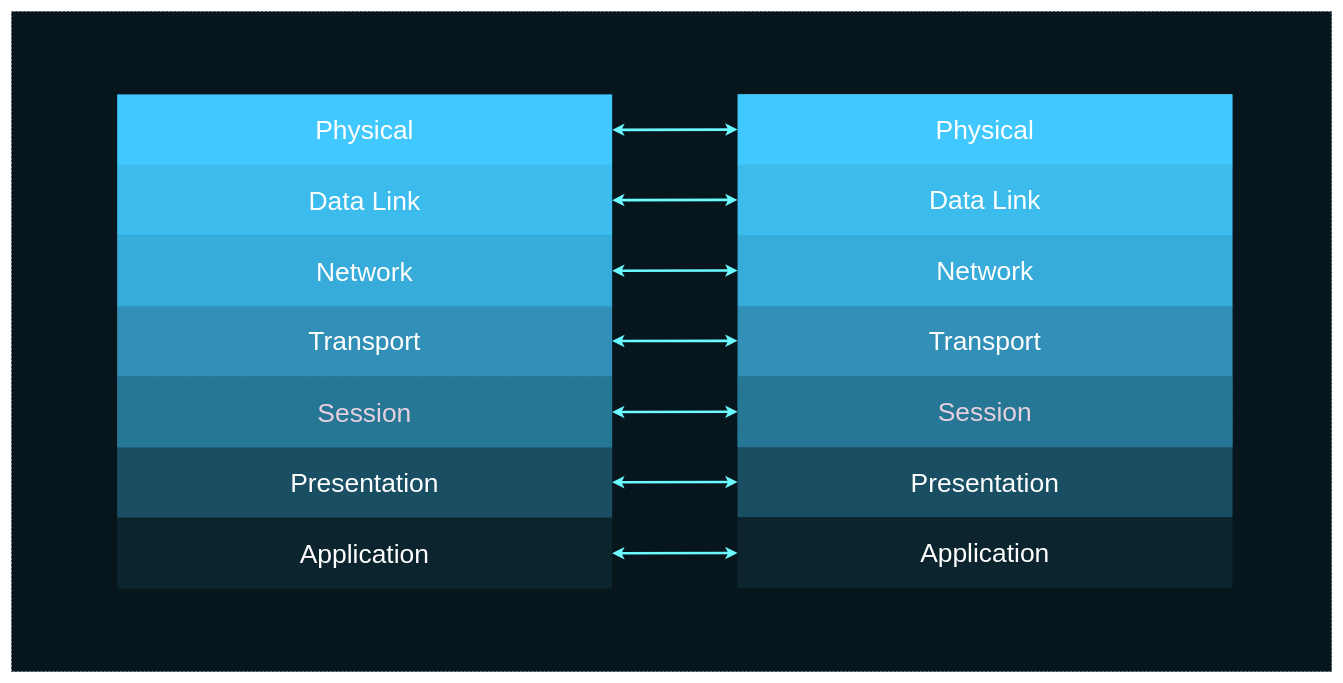
Before: deck/ru/diagrams/caOSI1.drawio in AlexanderLapygin/ca-react-rest-api-starter, a draw.io diagram. Source tidied: cells renumbered, new cells numbered last; positions are measured from the earlier drawing's top-left corner, leaving out a move shared by most shapes. Both pictures are drawn from the tidied source at 66%, with x=0, y=0 at pixel (11, 11).
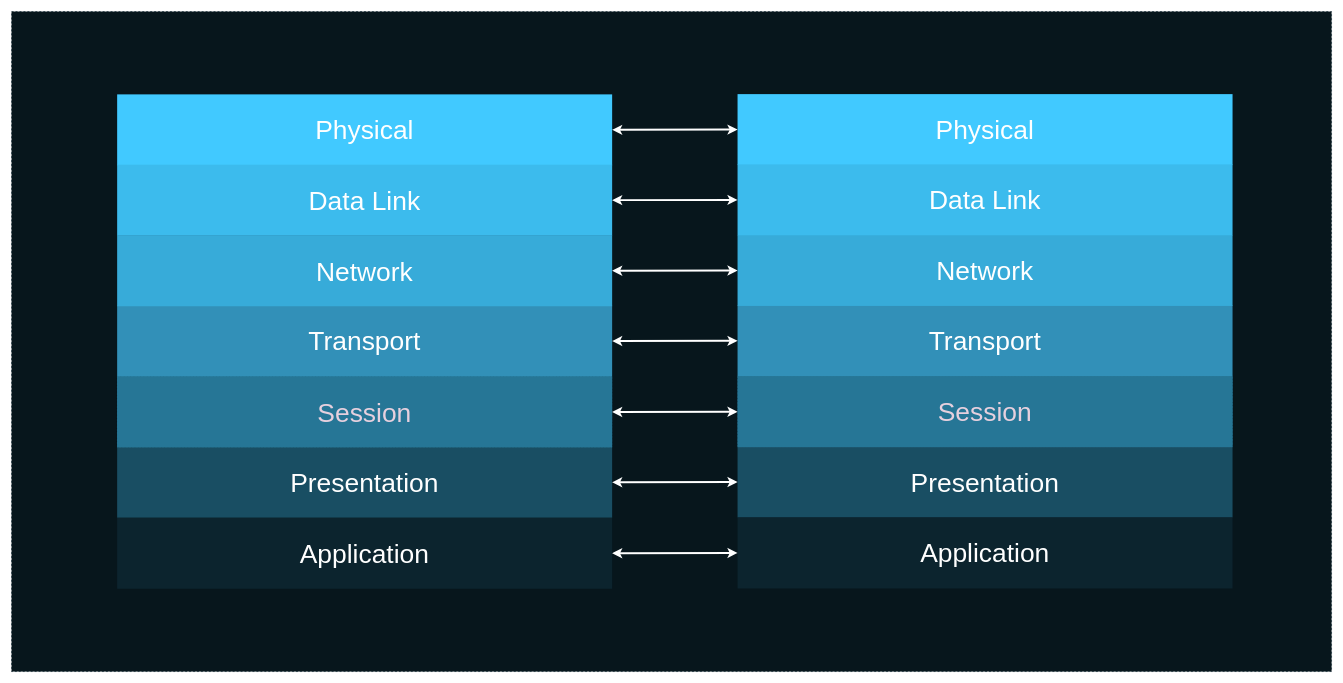
Above is the later version.

Unchanged cells that the change refers to:
```xml
<mxCell id="5" value="Presentation" style="rounded=0;whiteSpace=wrap;html=1;dashed=1;dashPattern=1 4;labelBackgroundColor=none;fillColor=#194E63;fontSize=40;fontColor=#FFFFFF;strokeColor=none;" parent="4" vertex="1">
  <mxGeometry y="534" width="750" height="107.5" as="geometry" />
</mxCell>
<mxCell id="7" value="&lt;font color=&quot;#ffffff&quot;&gt;Transport&lt;/font&gt;" style="rounded=0;whiteSpace=wrap;html=1;dashed=1;dashPattern=1 4;labelBackgroundColor=none;fillColor=#3290B8;fontSize=40;fontColor=#0C242E;strokeColor=none;" parent="4" vertex="1">
  <mxGeometry y="320" width="750" height="107.5" as="geometry" />
</mxCell>
<mxCell id="8" value="&lt;font color=&quot;#ffffff&quot;&gt;Network&lt;/font&gt;" style="rounded=0;whiteSpace=wrap;html=1;dashed=1;dashPattern=1 4;labelBackgroundColor=none;fillColor=#37ABD9;fontSize=40;fontColor=#0C242E;strokeColor=none;" parent="4" vertex="1">
  <mxGeometry y="213.5" width="750" height="107.5" as="geometry" />
</mxCell>
<mxCell id="9" value="Session" style="rounded=0;whiteSpace=wrap;html=1;dashed=1;dashPattern=1 4;labelBackgroundColor=none;fillColor=#267696;fontSize=40;fontColor=#E6D0DE;strokeColor=none;" parent="4" vertex="1">
  <mxGeometry y="427.5" width="750" height="107.5" as="geometry" />
</mxCell>
<mxCell id="10" value="Application" style="rounded=0;whiteSpace=wrap;html=1;dashed=1;dashPattern=1 4;labelBackgroundColor=none;fillColor=#0C242E;fontSize=40;fontColor=#FFFFFF;strokeColor=none;" parent="4" vertex="1">
  <mxGeometry y="641.5" width="750" height="107.5" as="geometry" />
</mxCell>
<mxCell id="11" value="Physical" style="rounded=0;whiteSpace=wrap;html=1;dashed=1;dashPattern=1 4;labelBackgroundColor=none;fillColor=#41C9FF;fontSize=40;fontColor=#FFFFFF;strokeColor=none;fontStyle=0;" parent="4" vertex="1">
  <mxGeometry width="750" height="107.5" as="geometry" />
</mxCell>
<mxCell id="12" value="&lt;font color=&quot;#ffffff&quot;&gt;Data Link&lt;/font&gt;" style="rounded=0;whiteSpace=wrap;html=1;dashed=1;dashPattern=1 4;labelBackgroundColor=none;fillColor=#3CBBED;fontSize=40;fontColor=#0C242E;strokeColor=none;" parent="4" vertex="1">
  <mxGeometry y="106.5" width="750" height="107.5" as="geometry" />
</mxCell>
<mxCell id="15" value="Presentation" style="rounded=0;whiteSpace=wrap;html=1;dashed=1;dashPattern=1 4;labelBackgroundColor=none;fillColor=#194E63;fontSize=40;fontColor=#FFFFFF;strokeColor=none;" parent="14" vertex="1">
  <mxGeometry y="534" width="750" height="107.5" as="geometry" />
</mxCell>
<mxCell id="17" value="&lt;font color=&quot;#ffffff&quot;&gt;Transport&lt;/font&gt;" style="rounded=0;whiteSpace=wrap;html=1;dashed=1;dashPattern=1 4;labelBackgroundColor=none;fillColor=#3290B8;fontSize=40;fontColor=#0C242E;strokeColor=none;" parent="14" vertex="1">
  <mxGeometry y="320" width="750" height="107.5" as="geometry" />
</mxCell>
<mxCell id="18" value="&lt;font color=&quot;#ffffff&quot;&gt;Network&lt;/font&gt;" style="rounded=0;whiteSpace=wrap;html=1;dashed=1;dashPattern=1 4;labelBackgroundColor=none;fillColor=#37ABD9;fontSize=40;fontColor=#0C242E;strokeColor=none;" parent="14" vertex="1">
  <mxGeometry y="213.5" width="750" height="107.5" as="geometry" />
</mxCell>
<mxCell id="19" value="Session" style="rounded=0;whiteSpace=wrap;html=1;dashed=1;dashPattern=1 4;labelBackgroundColor=none;fillColor=#267696;fontSize=40;fontColor=#E6D0DE;strokeColor=none;" parent="14" vertex="1">
  <mxGeometry y="427.5" width="750" height="107.5" as="geometry" />
</mxCell>
<mxCell id="20" value="Application" style="rounded=0;whiteSpace=wrap;html=1;dashed=1;dashPattern=1 4;labelBackgroundColor=none;fillColor=#0C242E;fontSize=40;fontColor=#FFFFFF;strokeColor=none;" parent="14" vertex="1">
  <mxGeometry y="641.5" width="750" height="107.5" as="geometry" />
</mxCell>
<mxCell id="21" value="Physical" style="rounded=0;whiteSpace=wrap;html=1;dashed=1;dashPattern=1 4;labelBackgroundColor=none;fillColor=#41C9FF;fontSize=40;fontColor=#FFFFFF;strokeColor=none;fontStyle=0;" parent="14" vertex="1">
  <mxGeometry width="750" height="107.5" as="geometry" />
</mxCell>
<mxCell id="22" value="&lt;font color=&quot;#ffffff&quot;&gt;Data Link&lt;/font&gt;" style="rounded=0;whiteSpace=wrap;html=1;dashed=1;dashPattern=1 4;labelBackgroundColor=none;fillColor=#3CBBED;fontSize=40;fontColor=#0C242E;strokeColor=none;" parent="14" vertex="1">
  <mxGeometry y="106.5" width="750" height="107.5" as="geometry" />
</mxCell>
```

Diff of the diagram source:
```diff
@@
-    <mxCell id="23" style="endArrow=classic;startArrow=classic;html=1;strokeColor=#6BFAFF;strokeWidth=4;fontSize=40;fontColor=#FFFFFF;entryX=0;entryY=0.5;entryDx=0;entryDy=0;exitX=1;exitY=0.5;exitDx=0;exitDy=0;rounded=0;" parent="1" edge="1" source="10" target="20">
+    <mxCell id="23" style="endArrow=classic;startArrow=classic;html=1;strokeColor=#FFFFFF;strokeWidth=3;fontSize=40;fontColor=#FFFFFF;entryX=0;entryY=0.5;entryDx=0;entryDy=0;exitX=1;exitY=0.5;exitDx=0;exitDy=0;rounded=0;" parent="1" edge="1" source="10" target="20">
       <mxGeometry relative="1" as="geometry" />
     </mxCell>
-    <mxCell id="24" style="endArrow=classic;startArrow=classic;html=1;strokeColor=#6BFAFF;strokeWidth=4;fontSize=40;fontColor=#FFFFFF;entryX=0;entryY=0.5;entryDx=0;entryDy=0;exitX=1;exitY=0.5;exitDx=0;exitDy=0;rounded=0;" parent="1" edge="1" source="5" target="15">
+    <mxCell id="24" style="endArrow=classic;startArrow=classic;html=1;strokeColor=#FFFFFF;strokeWidth=3;fontSize=40;fontColor=#FFFFFF;entryX=0;entryY=0.5;entryDx=0;entryDy=0;exitX=1;exitY=0.5;exitDx=0;exitDy=0;rounded=0;" parent="1" edge="1" source="5" target="15">
       <mxGeometry relative="1" as="geometry" />
     </mxCell>
-    <mxCell id="25" style="endArrow=classic;startArrow=classic;html=1;strokeColor=#6BFAFF;strokeWidth=4;fontSize=40;fontColor=#FFFFFF;entryX=0;entryY=0.5;entryDx=0;entryDy=0;exitX=1;exitY=0.5;exitDx=0;exitDy=0;rounded=0;" parent="1" edge="1" source="9" target="19">
+    <mxCell id="25" style="endArrow=classic;startArrow=classic;html=1;strokeColor=#FFFFFF;strokeWidth=3;fontSize=40;fontColor=#FFFFFF;entryX=0;entryY=0.5;entryDx=0;entryDy=0;exitX=1;exitY=0.5;exitDx=0;exitDy=0;rounded=0;" parent="1" edge="1" source="9" target="19">
       <mxGeometry relative="1" as="geometry" />
     </mxCell>
-    <mxCell id="26" style="endArrow=classic;startArrow=classic;html=1;strokeColor=#6BFAFF;strokeWidth=4;fontSize=40;fontColor=#FFFFFF;entryX=0;entryY=0.5;entryDx=0;entryDy=0;exitX=1;exitY=0.5;exitDx=0;exitDy=0;rounded=0;" parent="1" edge="1" source="7" target="17">
+    <mxCell id="26" style="endArrow=classic;startArrow=classic;html=1;strokeColor=#FFFFFF;strokeWidth=3;fontSize=40;fontColor=#FFFFFF;entryX=0;entryY=0.5;entryDx=0;entryDy=0;exitX=1;exitY=0.5;exitDx=0;exitDy=0;rounded=0;" parent="1" edge="1" source="7" target="17">
       <mxGeometry relative="1" as="geometry" />
     </mxCell>
-    <mxCell id="27" style="endArrow=classic;startArrow=classic;html=1;strokeColor=#6BFAFF;strokeWidth=4;fontSize=40;fontColor=#FFFFFF;entryX=0;entryY=0.5;entryDx=0;entryDy=0;exitX=1;exitY=0.5;exitDx=0;exitDy=0;rounded=0;" parent="1" edge="1" source="8" target="18">
+    <mxCell id="27" style="endArrow=classic;startArrow=classic;html=1;strokeColor=#FFFFFF;strokeWidth=3;fontSize=40;fontColor=#FFFFFF;entryX=0;entryY=0.5;entryDx=0;entryDy=0;exitX=1;exitY=0.5;exitDx=0;exitDy=0;rounded=0;" parent="1" edge="1" source="8" target="18">
       <mxGeometry relative="1" as="geometry" />
     </mxCell>
-    <mxCell id="28" style="endArrow=classic;startArrow=classic;html=1;strokeColor=#6BFAFF;strokeWidth=4;fontSize=40;fontColor=#FFFFFF;entryX=0;entryY=0.5;entryDx=0;entryDy=0;exitX=1;exitY=0.5;exitDx=0;exitDy=0;rounded=0;" parent="1" edge="1" source="12" target="22">
+    <mxCell id="28" style="endArrow=classic;startArrow=classic;html=1;strokeColor=#FFFFFF;strokeWidth=3;fontSize=40;fontColor=#FFFFFF;entryX=0;entryY=0.5;entryDx=0;entryDy=0;exitX=1;exitY=0.5;exitDx=0;exitDy=0;rounded=0;" parent="1" edge="1" source="12" target="22">
       <mxGeometry relative="1" as="geometry" />
     </mxCell>
-    <mxCell id="29" style="endArrow=classic;startArrow=classic;html=1;strokeColor=#6BFAFF;strokeWidth=4;fontSize=40;fontColor=#FFFFFF;entryX=0;entryY=0.5;entryDx=0;entryDy=0;exitX=1;exitY=0.5;exitDx=0;exitDy=0;rounded=0;" parent="1" edge="1" source="11" target="21">
+    <mxCell id="29" style="endArrow=classic;startArrow=classic;html=1;strokeColor=#FFFFFF;strokeWidth=3;fontSize=40;fontColor=#FFFFFF;entryX=0;entryY=0.5;entryDx=0;entryDy=0;exitX=1;exitY=0.5;exitDx=0;exitDy=0;rounded=0;" parent="1" edge="1" source="11" target="21">
       <mxGeometry relative="1" as="geometry" />
     </mxCell>
```
